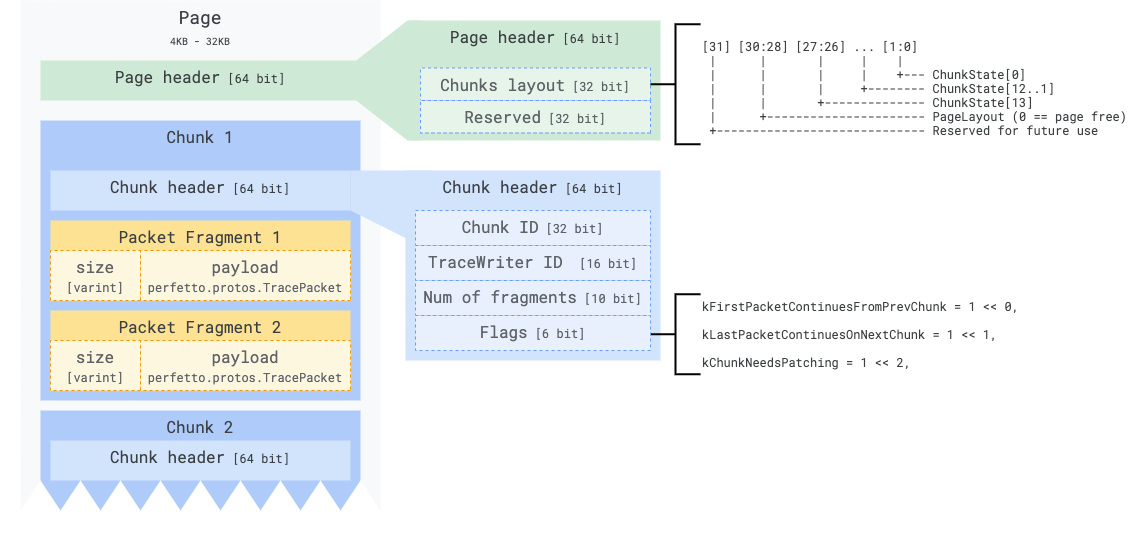
primiano/perfetto-docs keeps this draw.io diagram as docs/images/shmem-abi-page.png. Above is the earlier version. Source tidied: cells renumbered, new cells last; positions are measured from the earlier drawing's top-left corner, leaving out a move shared by most shapes.
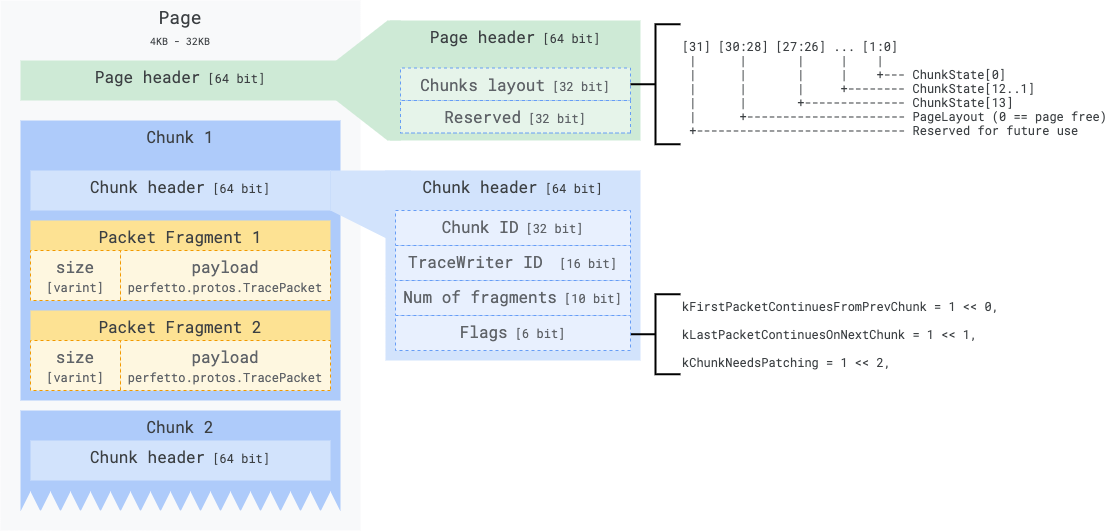
The same file after the commit.

Commit message:
minor touches to shmem abi and toc

The edit, as a diff of the source:
```diff
@@ -68,33 +68,6 @@
     <mxCell id="23" value="Chunk header&lt;span style=&quot;font-size: 12px&quot;&gt;&amp;nbsp;[64 bit]&lt;/span&gt;" style="rounded=1;whiteSpace=wrap;html=1;fontFamily=Roboto Mono;fontSize=16;align=center;arcSize=0;fillColor=#D2E3FC;strokeColor=none;direction=west;fontColor=#3C4043;gradientColor=none;verticalAlign=top;" parent="1" vertex="1">
       <mxGeometry x="40" y="440" width="300" height="40" as="geometry" />
     </mxCell>
-    <mxCell id="24" style="triangle;whiteSpace=wrap;html=1;labelBackgroundColor=none;strokeColor=none;strokeWidth=1;fillColor=#FFFFFF;gradientColor=none;fontFamily=Roboto Mono;fontSize=14;fontColor=#3C4043;align=left;rotation=-90;" parent="1" vertex="1">
-      <mxGeometry y="470" width="60" height="80" as="geometry" />
-    </mxCell>
-    <mxCell id="25" style="triangle;whiteSpace=wrap;html=1;labelBackgroundColor=none;strokeColor=none;strokeWidth=1;fillColor=#FFFFFF;gradientColor=none;fontFamily=Roboto Mono;fontSize=14;fontColor=#3C4043;align=left;rotation=-90;" parent="1" vertex="1">
-      <mxGeometry x="40" y="470" width="60" height="80" as="geometry" />
-    </mxCell>
-    <mxCell id="26" style="triangle;whiteSpace=wrap;html=1;labelBackgroundColor=none;strokeColor=none;strokeWidth=1;fillColor=#FFFFFF;gradientColor=none;fontFamily=Roboto Mono;fontSize=14;fontColor=#3C4043;align=left;rotation=-90;" parent="1" vertex="1">
-      <mxGeometry x="120" y="470" width="60" height="80" as="geometry" />
-    </mxCell>
-    <mxCell id="27" style="triangle;whiteSpace=wrap;html=1;labelBackgroundColor=none;strokeColor=none;strokeWidth=1;fillColor=#FFFFFF;gradientColor=none;fontFamily=Roboto Mono;fontSize=14;fontColor=#3C4043;align=left;rotation=-90;" parent="1" vertex="1">
-      <mxGeometry x="80" y="470" width="60" height="80" as="geometry" />
-    </mxCell>
-    <mxCell id="28" style="triangle;whiteSpace=wrap;html=1;labelBackgroundColor=none;strokeColor=none;strokeWidth=1;fillColor=#FFFFFF;gradientColor=none;fontFamily=Roboto Mono;fontSize=14;fontColor=#3C4043;align=left;rotation=-90;" parent="1" vertex="1">
-      <mxGeometry x="160" y="470" width="60" height="80" as="geometry" />
-    </mxCell>
-    <mxCell id="29" style="triangle;whiteSpace=wrap;html=1;labelBackgroundColor=none;strokeColor=none;strokeWidth=1;fillColor=#FFFFFF;gradientColor=none;fontFamily=Roboto Mono;fontSize=14;fontColor=#3C4043;align=left;rotation=-90;" parent="1" vertex="1">
-      <mxGeometry x="200" y="470" width="60" height="80" as="geometry" />
-    </mxCell>
-    <mxCell id="30" style="triangle;whiteSpace=wrap;html=1;labelBackgroundColor=none;strokeColor=none;strokeWidth=1;fillColor=#FFFFFF;gradientColor=none;fontFamily=Roboto Mono;fontSize=14;fontColor=#3C4043;align=left;rotation=-90;" parent="1" vertex="1">
-      <mxGeometry x="240" y="470" width="60" height="80" as="geometry" />
-    </mxCell>
-    <mxCell id="31" style="triangle;whiteSpace=wrap;html=1;labelBackgroundColor=none;strokeColor=none;strokeWidth=1;fillColor=#FFFFFF;gradientColor=none;fontFamily=Roboto Mono;fontSize=14;fontColor=#3C4043;align=left;rotation=-90;" parent="1" vertex="1">
-      <mxGeometry x="280" y="470" width="60" height="80" as="geometry" />
-    </mxCell>
-    <mxCell id="32" style="triangle;whiteSpace=wrap;html=1;labelBackgroundColor=none;strokeColor=none;strokeWidth=1;fillColor=#FFFFFF;gradientColor=none;fontFamily=Roboto Mono;fontSize=14;fontColor=#3C4043;align=left;rotation=-90;" parent="1" vertex="1">
-      <mxGeometry x="320" y="470" width="60" height="80" as="geometry" />
-    </mxCell>
     <mxCell id="33" style="strokeWidth=2;html=1;shape=mxgraph.flowchart.annotation_2;align=left;labelPosition=right;labelBackgroundColor=none;fillColor=#FFFFFF;gradientColor=none;fontFamily=Roboto Mono;fontSize=10;fontColor=#3C4043;" parent="1" vertex="1">
       <mxGeometry x="640" y="293.8" width="50" height="80" as="geometry" />
     </mxCell>
@@ -116,5 +89,53 @@
     <mxCell id="39" value="TraceWriter ID&amp;nbsp;&lt;span style=&quot;font-size: 12px&quot;&gt;&amp;nbsp;[16 bit]&lt;/span&gt;" style="rounded=1;whiteSpace=wrap;html=1;fontFamily=Roboto Mono;fontSize=16;align=center;arcSize=0;fillColor=#E8F0FE;strokeColor=#669DF6;direction=west;fontColor=#5F6368;gradientColor=none;verticalAlign=top;dashed=1;" parent="35" vertex="1">
       <mxGeometry y="35" width="235" height="35" as="geometry" />
     </mxCell>
+    <mxCell id="24" style="triangle;whiteSpace=wrap;html=1;labelBackgroundColor=none;strokeColor=none;strokeWidth=1;fillColor=#F8F9FA;gradientColor=none;fontFamily=Roboto Mono;fontSize=14;fontColor=#3C4043;align=left;rotation=-90;" parent="1" vertex="1">
+      <mxGeometry x="30" y="491" width="20" height="20" as="geometry" />
+    </mxCell>
+    <mxCell id="40" style="triangle;whiteSpace=wrap;html=1;labelBackgroundColor=none;strokeColor=none;strokeWidth=1;fillColor=#F8F9FA;gradientColor=none;fontFamily=Roboto Mono;fontSize=14;fontColor=#3C4043;align=left;rotation=-90;" parent="1" vertex="1">
+      <mxGeometry x="70" y="491" width="20" height="20" as="geometry" />
+    </mxCell>
+    <mxCell id="41" style="triangle;whiteSpace=wrap;html=1;labelBackgroundColor=none;strokeColor=none;strokeWidth=1;fillColor=#F8F9FA;gradientColor=none;fontFamily=Roboto Mono;fontSize=14;fontColor=#3C4043;align=left;rotation=-90;" parent="1" vertex="1">
+      <mxGeometry x="110" y="491" width="20" height="20" as="geometry" />
+    </mxCell>
+    <mxCell id="42" style="triangle;whiteSpace=wrap;html=1;labelBackgroundColor=none;strokeColor=none;strokeWidth=1;fillColor=#F8F9FA;gradientColor=none;fontFamily=Roboto Mono;fontSize=14;fontColor=#3C4043;align=left;rotation=-90;" parent="1" vertex="1">
+      <mxGeometry x="150" y="491" width="20" height="20" as="geometry" />
+    </mxCell>
+    <mxCell id="43" style="triangle;whiteSpace=wrap;html=1;labelBackgroundColor=none;strokeColor=none;strokeWidth=1;fillColor=#F8F9FA;gradientColor=none;fontFamily=Roboto Mono;fontSize=14;fontColor=#3C4043;align=left;rotation=-90;" parent="1" vertex="1">
+      <mxGeometry x="190" y="491" width="20" height="20" as="geometry" />
+    </mxCell>
+    <mxCell id="44" style="triangle;whiteSpace=wrap;html=1;labelBackgroundColor=none;strokeColor=none;strokeWidth=1;fillColor=#F8F9FA;gradientColor=none;fontFamily=Roboto Mono;fontSize=14;fontColor=#3C4043;align=left;rotation=-90;" parent="1" vertex="1">
+      <mxGeometry x="230" y="491" width="20" height="20" as="geometry" />
+    </mxCell>
+    <mxCell id="45" style="triangle;whiteSpace=wrap;html=1;labelBackgroundColor=none;strokeColor=none;strokeWidth=1;fillColor=#F8F9FA;gradientColor=none;fontFamily=Roboto Mono;fontSize=14;fontColor=#3C4043;align=left;rotation=-90;" parent="1" vertex="1">
+      <mxGeometry x="270" y="491" width="20" height="20" as="geometry" />
+    </mxCell>
+    <mxCell id="46" style="triangle;whiteSpace=wrap;html=1;labelBackgroundColor=none;strokeColor=none;strokeWidth=1;fillColor=#F8F9FA;gradientColor=none;fontFamily=Roboto Mono;fontSize=14;fontColor=#3C4043;align=left;rotation=-90;" parent="1" vertex="1">
+      <mxGeometry x="310" y="491" width="20" height="20" as="geometry" />
+    </mxCell>
+    <mxCell id="47" style="triangle;whiteSpace=wrap;html=1;labelBackgroundColor=none;strokeColor=none;strokeWidth=1;fillColor=#F8F9FA;gradientColor=none;fontFamily=Roboto Mono;fontSize=14;fontColor=#3C4043;align=left;rotation=-90;" parent="1" vertex="1">
+      <mxGeometry x="50" y="491" width="20" height="20" as="geometry" />
+    </mxCell>
+    <mxCell id="48" style="triangle;whiteSpace=wrap;html=1;labelBackgroundColor=none;strokeColor=none;strokeWidth=1;fillColor=#F8F9FA;gradientColor=none;fontFamily=Roboto Mono;fontSize=14;fontColor=#3C4043;align=left;rotation=-90;" parent="1" vertex="1">
+      <mxGeometry x="90" y="491" width="20" height="20" as="geometry" />
+    </mxCell>
+    <mxCell id="49" style="triangle;whiteSpace=wrap;html=1;labelBackgroundColor=none;strokeColor=none;strokeWidth=1;fillColor=#F8F9FA;gradientColor=none;fontFamily=Roboto Mono;fontSize=14;fontColor=#3C4043;align=left;rotation=-90;" parent="1" vertex="1">
+      <mxGeometry x="130" y="491" width="20" height="20" as="geometry" />
+    </mxCell>
+    <mxCell id="50" style="triangle;whiteSpace=wrap;html=1;labelBackgroundColor=none;strokeColor=none;strokeWidth=1;fillColor=#F8F9FA;gradientColor=none;fontFamily=Roboto Mono;fontSize=14;fontColor=#3C4043;align=left;rotation=-90;" parent="1" vertex="1">
+      <mxGeometry x="170" y="491" width="20" height="20" as="geometry" />
+    </mxCell>
+    <mxCell id="51" style="triangle;whiteSpace=wrap;html=1;labelBackgroundColor=none;strokeColor=none;strokeWidth=1;fillColor=#F8F9FA;gradientColor=none;fontFamily=Roboto Mono;fontSize=14;fontColor=#3C4043;align=left;rotation=-90;" parent="1" vertex="1">
+      <mxGeometry x="210" y="491" width="20" height="20" as="geometry" />
+    </mxCell>
+    <mxCell id="52" style="triangle;whiteSpace=wrap;html=1;labelBackgroundColor=none;strokeColor=none;strokeWidth=1;fillColor=#F8F9FA;gradientColor=none;fontFamily=Roboto Mono;fontSize=14;fontColor=#3C4043;align=left;rotation=-90;" parent="1" vertex="1">
+      <mxGeometry x="250" y="491" width="20" height="20" as="geometry" />
+    </mxCell>
+    <mxCell id="53" style="triangle;whiteSpace=wrap;html=1;labelBackgroundColor=none;strokeColor=none;strokeWidth=1;fillColor=#F8F9FA;gradientColor=none;fontFamily=Roboto Mono;fontSize=14;fontColor=#3C4043;align=left;rotation=-90;" parent="1" vertex="1">
+      <mxGeometry x="290" y="491" width="20" height="20" as="geometry" />
+    </mxCell>
+    <mxCell id="54" style="triangle;whiteSpace=wrap;html=1;labelBackgroundColor=none;strokeColor=none;strokeWidth=1;fillColor=#F8F9FA;gradientColor=none;fontFamily=Roboto Mono;fontSize=14;fontColor=#3C4043;align=left;rotation=-90;" parent="1" vertex="1">
+      <mxGeometry x="330" y="491" width="20" height="20" as="geometry" />
+    </mxCell>
   </root>
 </mxGraphModel>
```
